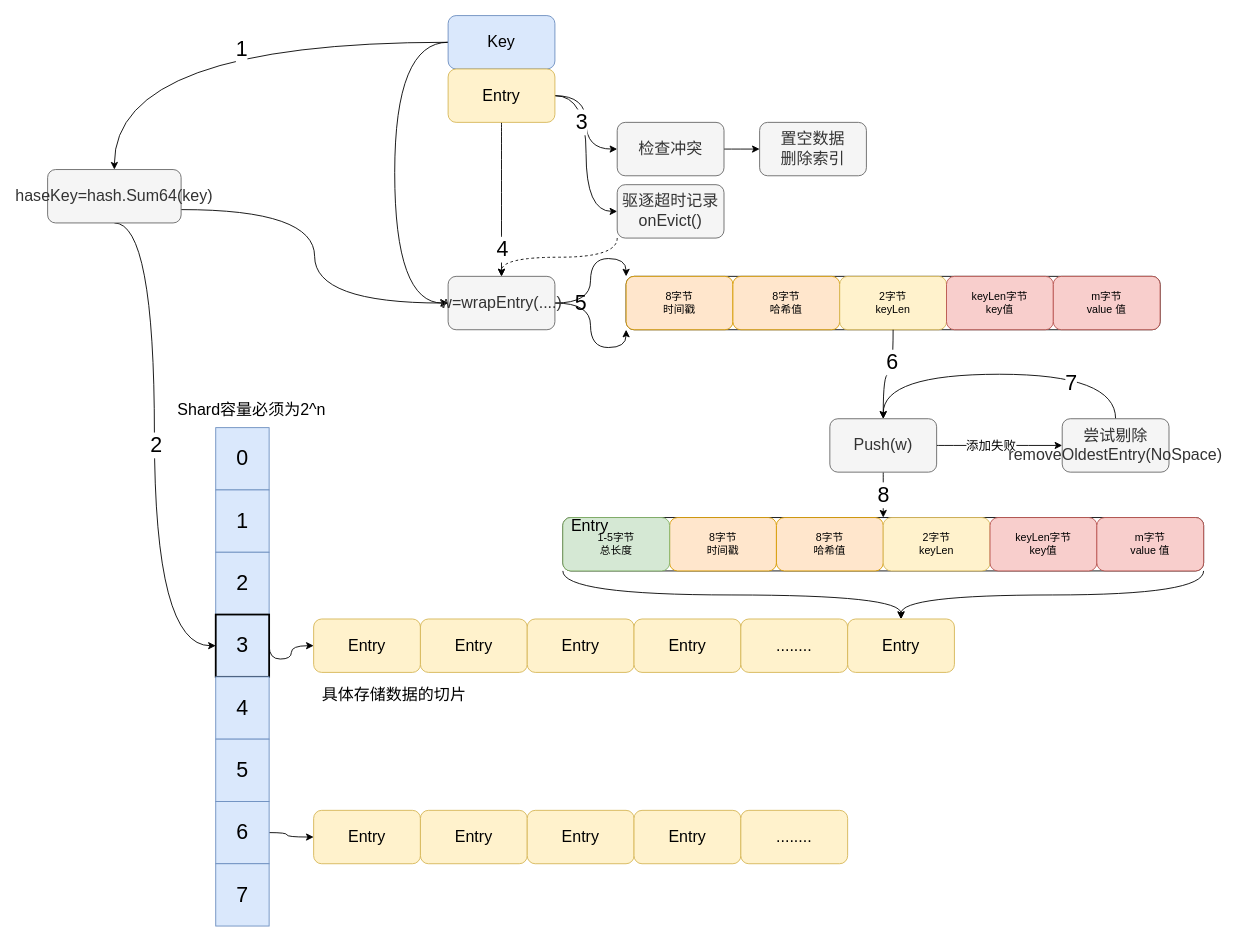
This is page "Set流程" (2 of 3) of _cache/bigCache.drawio from Zhouchaowen/Hawkeye, a draw.io file, before an edit. Source tidied: cells renumbered, new cells numbered last; positions are measured from the earlier drawing's top-left corner, leaving out a move shared by most shapes. Both pictures are drawn from the tidied source at 89%, with x=0, y=0 at pixel (47, 15).
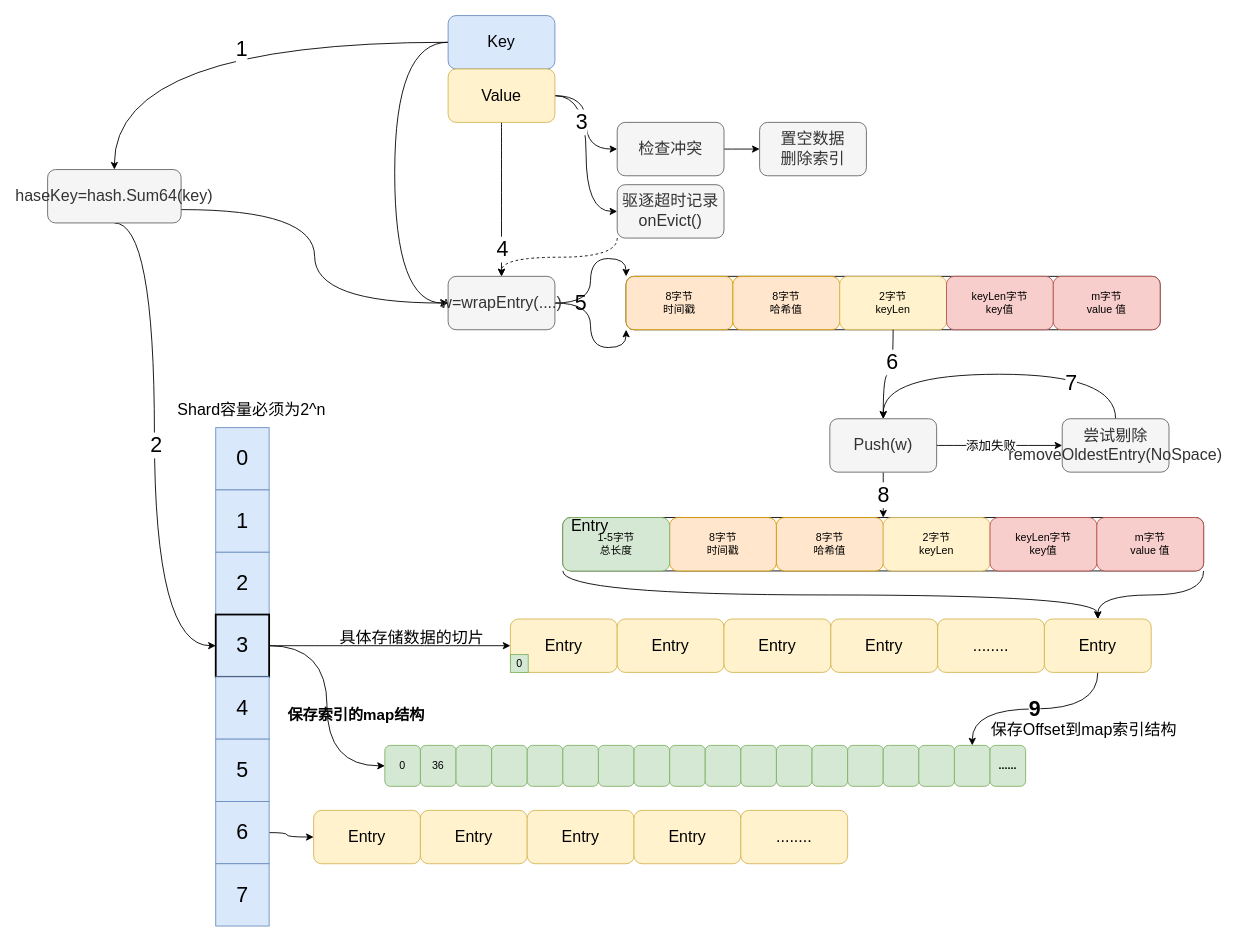
The same page after the edit.

The change refers to these unchanged cells:
```xml
<mxCell id="10" value="&lt;font style=&quot;font-size: 24px&quot;&gt;3&lt;/font&gt;" style="rounded=0;whiteSpace=wrap;html=1;fillColor=#dae8fc;strokeColor=#000000;gradientColor=none;strokeWidth=2;" parent="1" vertex="1">
  <mxGeometry x="188.9" y="673" width="60" height="70" as="geometry" />
</mxCell>
<mxCell id="17" value="&lt;font style=&quot;font-size: 18px&quot;&gt;Entry&lt;/font&gt;" style="rounded=1;whiteSpace=wrap;html=1;fillColor=#fff2cc;strokeColor=#d6b656;" parent="16" vertex="1">
  <mxGeometry width="120" height="60" as="geometry" />
</mxCell>
```

The edit, as a diff of the source:
```diff
@@
+    <mxCell id="77" style="edgeStyle=orthogonalEdgeStyle;curved=1;rounded=0;jettySize=auto;html=1;exitX=1;exitY=0.5;exitDx=0;exitDy=0;entryX=0;entryY=0.5;entryDx=0;entryDy=0;" parent="1" edge="1" source="10" target="80">
+      <mxGeometry relative="1" as="geometry" />
+    </mxCell>
     <mxCell id="9" style="edgeStyle=orthogonalEdgeStyle;curved=1;rounded=0;jettySize=auto;html=1;exitX=1;exitY=0.5;exitDx=0;exitDy=0;entryX=0;entryY=0.5;entryDx=0;entryDy=0;" parent="1" edge="1" source="10" target="17">
-      <mxGeometry relative="1" as="geometry">
-        <Array as="points">
-          <mxPoint x="248.9" y="723" />
-          <mxPoint x="273.9" y="723" />
-          <mxPoint x="273.9" y="708" />
-        </Array>
-      </mxGeometry>
+      <mxGeometry relative="1" as="geometry" />
     </mxCell>
@@
     <mxCell id="16" style="group;" parent="1" vertex="1">
-      <mxGeometry x="298.9" y="678" width="600" height="60" as="geometry" />
+      <mxGeometry x="520" y="678" width="600" height="60" as="geometry" />
     </mxCell>
@@
+    <mxCell id="78" value="0" style="text;html=1;align=center;verticalAlign=middle;fillColor=#d5e8d4;strokeColor=#82b366;" parent="16" vertex="1">
+      <mxGeometry y="40" width="20" height="20" as="geometry" />
+    </mxCell>
@@
-    <mxCell id="29" value="&lt;font style=&quot;font-size: 18px&quot;&gt;具体存储数据的切片&lt;/font&gt;" style="text;html=1;align=center;verticalAlign=middle;strokeColor=none;" parent="1" vertex="1">
-      <mxGeometry x="298.9" y="753" width="180" height="20" as="geometry" />
+    <mxCell id="29" value="&lt;span style=&quot;font-size: 18px&quot;&gt;具体存储数据的切片&lt;/span&gt;" style="text;html=1;align=center;verticalAlign=middle;strokeColor=none;" parent="1" vertex="1">
+      <mxGeometry x="318.9" y="690" width="180" height="20" as="geometry" />
     </mxCell>
@@
-    <mxCell id="35" value="&lt;font style=&quot;font-size: 18px&quot;&gt;Entry&lt;/font&gt;" style="rounded=1;whiteSpace=wrap;html=1;fillColor=#fff2cc;strokeColor=#d6b656;" parent="1" vertex="1">
+    <mxCell id="35" value="&lt;font style=&quot;font-size: 18px&quot;&gt;Value&lt;/font&gt;" style="rounded=1;whiteSpace=wrap;html=1;fillColor=#fff2cc;strokeColor=#d6b656;" parent="1" vertex="1">
       <mxGeometry x="450" y="60" width="120" height="60" as="geometry" />
     </mxCell>
@@
+    <mxCell id="79" value="&lt;b&gt;&lt;font style=&quot;font-size: 24px&quot;&gt;9&lt;/font&gt;&lt;/b&gt;" style="edgeStyle=orthogonalEdgeStyle;curved=1;rounded=0;jettySize=auto;html=1;exitX=0.5;exitY=1;exitDx=0;exitDy=0;entryX=0.5;entryY=0;entryDx=0;entryDy=0;" parent="1" edge="1" source="43" target="96">
+      <mxGeometry relative="1" as="geometry" />
+    </mxCell>
     <mxCell id="43" value="&lt;font style=&quot;font-size: 18px&quot;&gt;Entry&lt;/font&gt;" style="rounded=1;whiteSpace=wrap;html=1;fillColor=#fff2cc;strokeColor=#d6b656;" parent="1" vertex="1">
-      <mxGeometry x="898.9" y="678" width="120" height="60" as="geometry" />
+      <mxGeometry x="1120" y="678" width="120" height="60" as="geometry" />
     </mxCell>
@@
+    <mxCell id="80" value="0" style="rounded=1;whiteSpace=wrap;html=1;fillColor=#d5e8d4;strokeColor=#82b366;" parent="1" vertex="1">
+      <mxGeometry x="378.9" y="820" width="40" height="46" as="geometry" />
+    </mxCell>
+    <mxCell id="81" value="36" style="rounded=1;whiteSpace=wrap;html=1;fillColor=#d5e8d4;strokeColor=#82b366;" parent="1" vertex="1">
+      <mxGeometry x="418.9" y="820" width="40" height="46" as="geometry" />
+    </mxCell>
+    <mxCell id="82" style="rounded=1;whiteSpace=wrap;html=1;fillColor=#d5e8d4;strokeColor=#82b366;" parent="1" vertex="1">
+      <mxGeometry x="458.9" y="820" width="40" height="46" as="geometry" />
+    </mxCell>
+    <mxCell id="83" style="rounded=1;whiteSpace=wrap;html=1;fillColor=#d5e8d4;strokeColor=#82b366;" parent="1" vertex="1">
+      <mxGeometry x="498.9" y="820" width="40" height="46" as="geometry" />
+    </mxCell>
+    <mxCell id="84" style="rounded=1;whiteSpace=wrap;html=1;fillColor=#d5e8d4;strokeColor=#82b366;" parent="1" vertex="1">
+      <mxGeometry x="538.9" y="820" width="40" height="46" as="geometry" />
+    </mxCell>
+    <mxCell id="85" style="rounded=1;whiteSpace=wrap;html=1;fillColor=#d5e8d4;strokeColor=#82b366;" parent="1" vertex="1">
+      <mxGeometry x="578.9" y="820" width="40" height="46" as="geometry" />
+    </mxCell>
+    <mxCell id="86" style="rounded=1;whiteSpace=wrap;html=1;fillColor=#d5e8d4;strokeColor=#82b366;" parent="1" vertex="1">
+      <mxGeometry x="618.9" y="820" width="40" height="46" as="geometry" />
+    </mxCell>
+    <mxCell id="87" style="rounded=1;whiteSpace=wrap;html=1;fillColor=#d5e8d4;strokeColor=#82b366;" parent="1" vertex="1">
+      <mxGeometry x="658.9" y="820" width="40" height="46" as="geometry" />
+    </mxCell>
+    <mxCell id="88" style="rounded=1;whiteSpace=wrap;html=1;fillColor=#d5e8d4;strokeColor=#82b366;" parent="1" vertex="1">
+      <mxGeometry x="698.9" y="820" width="40" height="46" as="geometry" />
+    </mxCell>
+    <mxCell id="89" style="rounded=1;whiteSpace=wrap;html=1;fillColor=#d5e8d4;strokeColor=#82b366;" parent="1" vertex="1">
+      <mxGeometry x="738.9" y="820" width="40" height="46" as="geometry" />
+    </mxCell>
+    <mxCell id="90" style="rounded=1;whiteSpace=wrap;html=1;fillColor=#d5e8d4;strokeColor=#82b366;" parent="1" vertex="1">
+      <mxGeometry x="778.9" y="820" width="40" height="46" as="geometry" />
+    </mxCell>
+    <mxCell id="91" style="rounded=1;whiteSpace=wrap;html=1;fillColor=#d5e8d4;strokeColor=#82b366;" parent="1" vertex="1">
+      <mxGeometry x="818.9" y="820" width="40" height="46" as="geometry" />
+    </mxCell>
+    <mxCell id="92" style="rounded=1;whiteSpace=wrap;html=1;fillColor=#d5e8d4;strokeColor=#82b366;" parent="1" vertex="1">
+      <mxGeometry x="858.9" y="820" width="40" height="46" as="geometry" />
+    </mxCell>
+    <mxCell id="93" style="rounded=1;whiteSpace=wrap;html=1;fillColor=#d5e8d4;strokeColor=#82b366;" parent="1" vertex="1">
+      <mxGeometry x="898.9" y="820" width="40" height="46" as="geometry" />
+    </mxCell>
+    <mxCell id="94" style="rounded=1;whiteSpace=wrap;html=1;fillColor=#d5e8d4;strokeColor=#82b366;" parent="1" vertex="1">
+      <mxGeometry x="938.9" y="820" width="40" height="46" as="geometry" />
+    </mxCell>
+    <mxCell id="95" style="rounded=1;whiteSpace=wrap;html=1;fillColor=#d5e8d4;strokeColor=#82b366;" parent="1" vertex="1">
+      <mxGeometry x="978.9" y="820" width="40" height="46" as="geometry" />
+    </mxCell>
+    <mxCell id="96" style="rounded=1;whiteSpace=wrap;html=1;fillColor=#d5e8d4;strokeColor=#82b366;" parent="1" vertex="1">
+      <mxGeometry x="1018.9" y="820" width="40" height="46" as="geometry" />
+    </mxCell>
+    <mxCell id="97" value="&lt;b&gt;......&lt;/b&gt;" style="rounded=1;whiteSpace=wrap;html=1;fillColor=#d5e8d4;strokeColor=#82b366;" parent="1" vertex="1">
+      <mxGeometry x="1058.9" y="820" width="40" height="46" as="geometry" />
+    </mxCell>
+    <mxCell id="98" value="&lt;span style=&quot;font-size: 18px&quot;&gt;保存Offset到map索引结构&lt;/span&gt;" style="text;html=1;align=center;verticalAlign=middle;" parent="1" vertex="1">
+      <mxGeometry x="1054" y="793" width="220" height="20" as="geometry" />
+    </mxCell>
+    <mxCell id="99" value="&lt;b&gt;&lt;font style=&quot;font-size: 17px&quot;&gt;保存索引的map结构&lt;/font&gt;&lt;/b&gt;" style="text;html=1;" parent="1" vertex="1">
+      <mxGeometry x="267.9" y="770" width="130" height="30" as="geometry" />
+    </mxCell>
+    <mxCell id="100" style="edgeStyle=orthogonalEdgeStyle;curved=1;rounded=0;orthogonalLoop=1;jettySize=auto;html=1;exitX=0.5;exitY=1;exitDx=0;exitDy=0;" parent="1" edge="1" source="99" target="99">
+      <mxGeometry relative="1" as="geometry" />
+    </mxCell>
```
